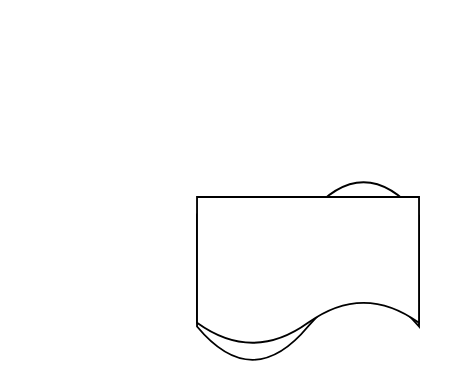
Earlier version of the draw.io diagram Untitled Diagram.drawio (m-mohamedin/ashrafteleb.github.io). Source tidied: cells renumbered, new cells numbered last; positions are measured from the earlier drawing's top-left corner, leaving out a move shared by most shapes. Both pictures are drawn from the tidied source at 185%, with x=0, y=0 at pixel (196, 178).
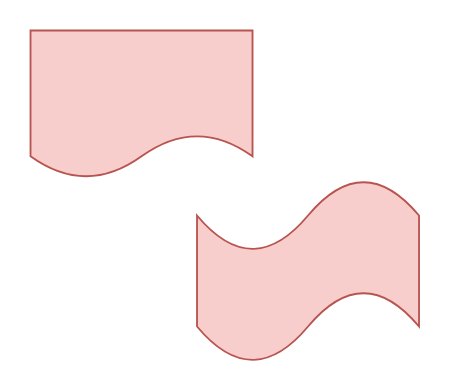
Above is the later version.

Change to the diagram source:
```diff
@@
 <mxGraphModel>
   <root>
     <mxCell id="0" />
     <mxCell id="1" parent="0" />
-    <mxCell id="2" style="shape=tape;whiteSpace=wrap;html=1;" parent="1" vertex="1">
+    <mxCell id="2" style="shape=tape;whiteSpace=wrap;html=1;fillColor=#f8cecc;strokeColor=#b85450;" parent="1" vertex="1">
       <mxGeometry width="120" height="100" as="geometry" />
     </mxCell>
-    <mxCell id="3" style="shape=document;whiteSpace=wrap;html=1;boundedLbl=1;" parent="1" vertex="1">
-      <mxGeometry y="10" width="120" height="80" as="geometry" />
+    <mxCell id="3" style="shape=document;whiteSpace=wrap;html=1;boundedLbl=1;fillColor=#f8cecc;strokeColor=#b85450;" parent="1" vertex="1">
+      <mxGeometry x="-90" y="-80" width="120" height="80" as="geometry" />
     </mxCell>
   </root>
 </mxGraphModel>
```
